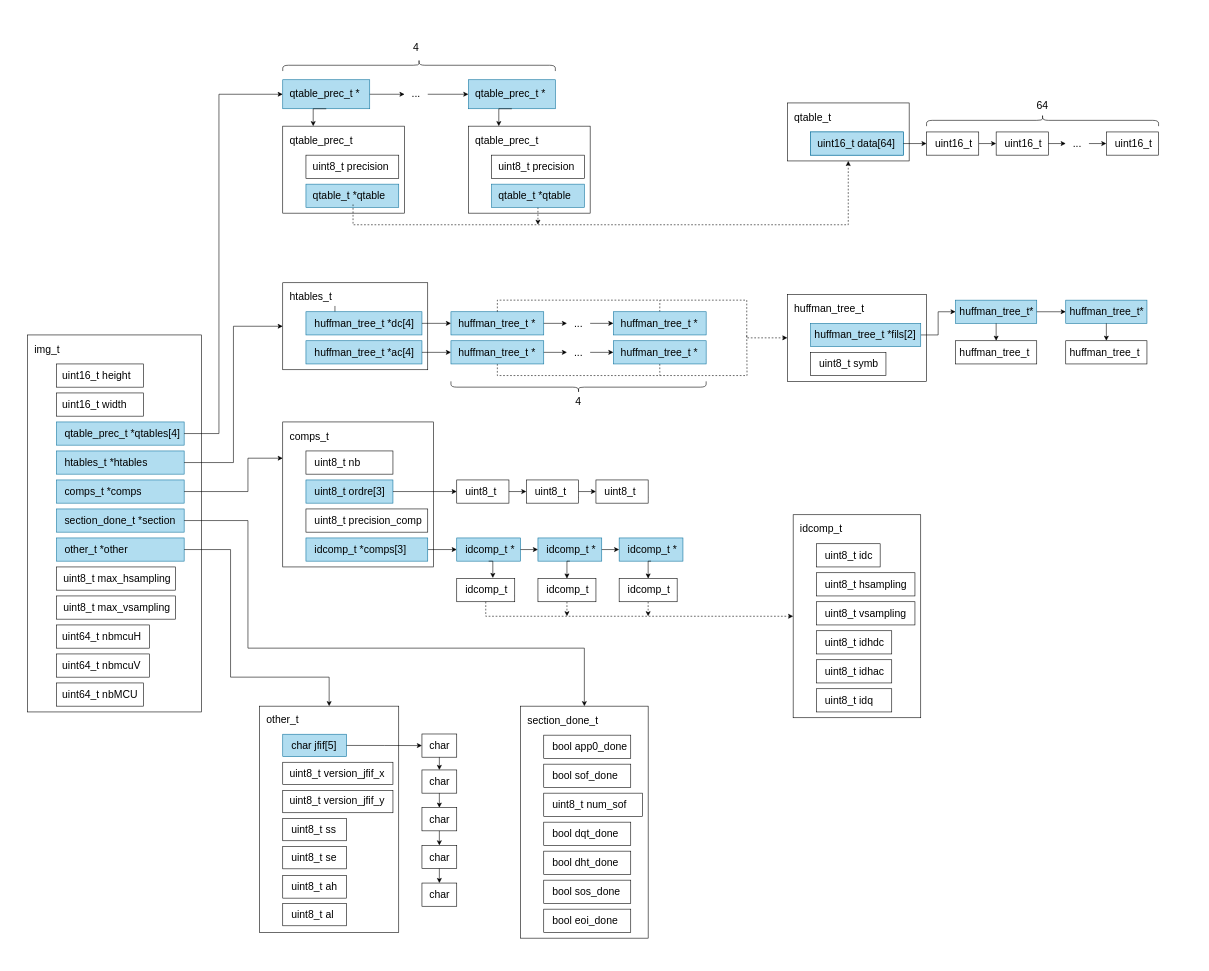
Earlier version of the draw.io diagram schemas/diagram_img.drawio (GabrielTessier/jpeg_decoder). Source tidied: cells renumbered, new cells numbered last; positions are measured from the earlier drawing's top-left corner, leaving out a move shared by most shapes. Both pictures are drawn from the tidied source at 58%, with x=0, y=0 at pixel (10, -71).
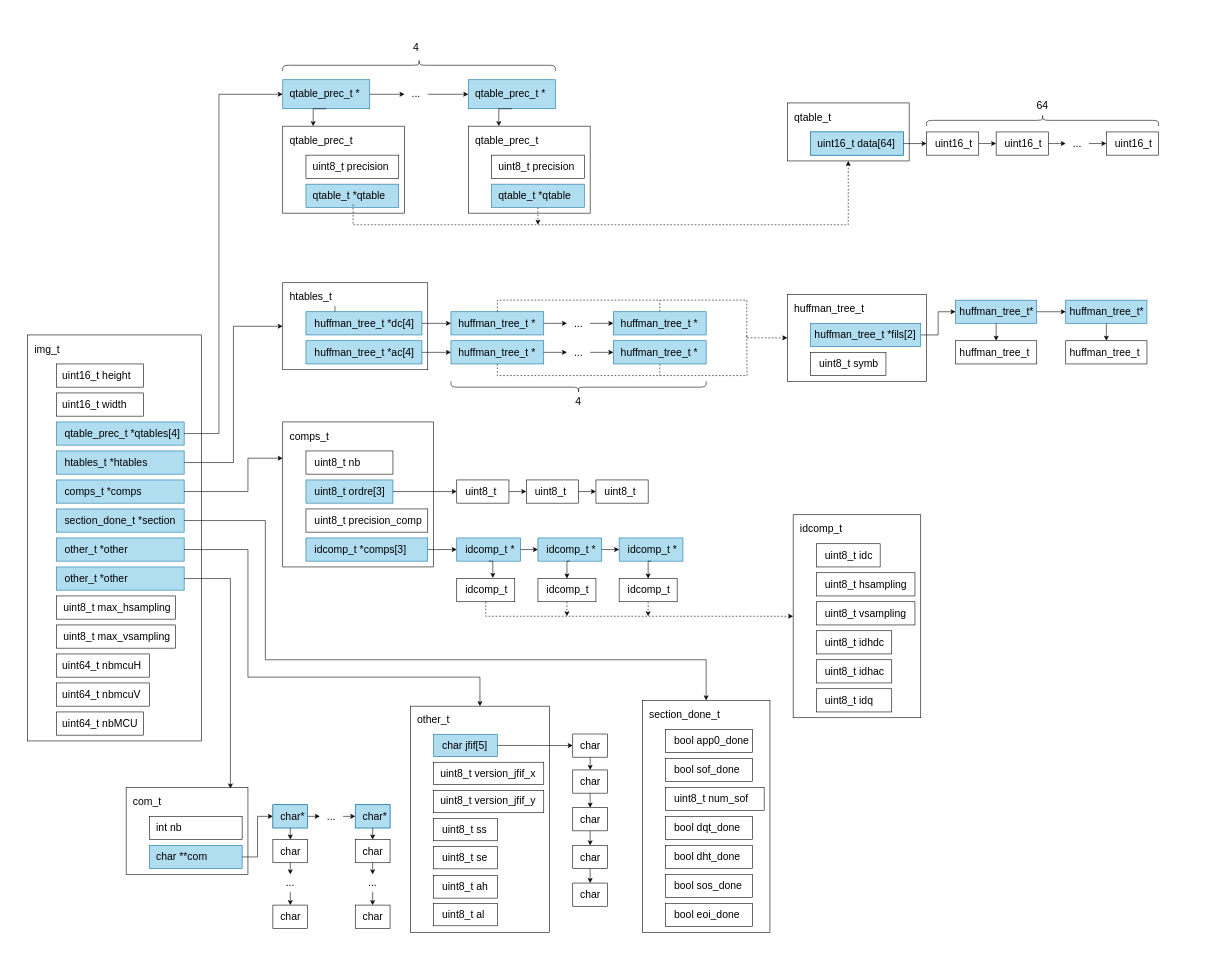
The same diagram, later.

Commit message (it also covers changes not shown here):
readme: correction schema img

The change refers to these unchanged cells:
```xml
<mxCell id="19" value="section_done_t *section" style="text;html=1;align=left;verticalAlign=middle;whiteSpace=wrap;rounded=0;fontSize=18;" parent="17" vertex="1">
  <mxGeometry x="11.6" y="5" width="208.4" height="30" as="geometry" />
</mxCell>
<mxCell id="22" value="other_t *other" style="text;html=1;align=left;verticalAlign=middle;whiteSpace=wrap;rounded=0;fontSize=18;" parent="20" vertex="1">
  <mxGeometry x="11.6" y="5" width="208.4" height="30" as="geometry" />
</mxCell>
<mxCell id="167" value="&lt;div align=&quot;left&quot;&gt;&lt;br&gt;&lt;/div&gt;" style="rounded=0;whiteSpace=wrap;html=1;" parent="166" vertex="1">
  <mxGeometry width="220" height="400" as="geometry" />
</mxCell>
<mxCell id="188" value="&lt;div align=&quot;left&quot;&gt;&lt;br&gt;&lt;/div&gt;" style="rounded=0;whiteSpace=wrap;html=1;" parent="187" vertex="1">
  <mxGeometry width="240" height="390" as="geometry" />
</mxCell>
```

The edit, as a diff of the source:
```diff
@@
     <mxCell id="4" value="&lt;div align=&quot;left&quot;&gt;&lt;br&gt;&lt;/div&gt;" style="rounded=0;whiteSpace=wrap;html=1;" parent="3" vertex="1">
-      <mxGeometry x="30" y="700" width="300" height="650" as="geometry" />
+      <mxGeometry x="30" y="700" width="300" height="700" as="geometry" />
     </mxCell>
@@
     <mxCell id="26" style="group;" parent="3" vertex="1">
-      <mxGeometry x="80" y="1100" width="205" height="40" as="geometry" />
+      <mxGeometry x="80" y="1150" width="205" height="40" as="geometry" />
     </mxCell>
@@
     <mxCell id="29" style="group;" parent="3" vertex="1">
-      <mxGeometry x="80" y="1150" width="205" height="40" as="geometry" />
+      <mxGeometry x="80" y="1200" width="330" height="60" as="geometry" />
     </mxCell>
@@
     <mxCell id="32" style="group;" parent="3" vertex="1">
-      <mxGeometry x="80" y="1200" width="160" height="40" as="geometry" />
+      <mxGeometry x="80" y="1250" width="160" height="40" as="geometry" />
     </mxCell>
@@
     <mxCell id="35" style="group;" parent="3" vertex="1">
-      <mxGeometry x="80" y="1250" width="160" height="40" as="geometry" />
+      <mxGeometry x="80" y="1300" width="160" height="40" as="geometry" />
     </mxCell>
@@
     <mxCell id="38" style="group;" parent="3" vertex="1">
-      <mxGeometry x="80" y="1300" width="150" height="40" as="geometry" />
+      <mxGeometry x="80" y="1350" width="150" height="40" as="geometry" />
     </mxCell>
@@
     <mxCell id="166" style="group;" parent="3" vertex="1">
-      <mxGeometry x="880" y="1340" width="220" height="400" as="geometry" />
+      <mxGeometry x="1090" y="1330" width="220" height="400" as="geometry" />
     </mxCell>
@@
     <mxCell id="187" style="group;" parent="3" vertex="1">
-      <mxGeometry x="430" y="1340" width="240" height="390" as="geometry" />
+      <mxGeometry x="690" y="1340" width="240" height="390" as="geometry" />
     </mxCell>
@@
-    <mxCell id="267" style="edgeStyle=orthogonalEdgeStyle;rounded=0;jettySize=auto;html=1;exitX=1;exitY=0.5;exitDx=0;exitDy=0;entryX=0.5;entryY=0;entryDx=0;entryDy=0;" parent="3" edge="1" source="22" target="188">
-      <mxGeometry relative="1" as="geometry">
-        <Array as="points">
-          <mxPoint x="380" y="1070" />
-          <mxPoint x="380" y="1290" />
-          <mxPoint x="550" y="1290" />
-        </Array>
-      </mxGeometry>
-    </mxCell>
     <mxCell id="268" style="edgeStyle=orthogonalEdgeStyle;rounded=0;jettySize=auto;html=1;exitX=1;exitY=0.5;exitDx=0;exitDy=0;entryX=0.5;entryY=0;entryDx=0;entryDy=0;" parent="3" edge="1" source="19" target="167">
       <mxGeometry relative="1" as="geometry">
         <Array as="points">
-          <mxPoint x="410" y="1020" />
-          <mxPoint x="410" y="1240" />
-          <mxPoint x="990" y="1240" />
+          <mxPoint x="440" y="1020" />
+          <mxPoint x="440" y="1260" />
+          <mxPoint x="1200" y="1260" />
         </Array>
       </mxGeometry>
     </mxCell>
@@
     <mxCell id="270" style="group;" parent="3" vertex="1">
-      <mxGeometry x="710" y="1388" width="60" height="40" as="geometry" />
+      <mxGeometry x="970" y="1388" width="60" height="40" as="geometry" />
     </mxCell>
@@
     <mxCell id="273" style="group;" parent="3" vertex="1">
-      <mxGeometry x="710" y="1450" width="60" height="40" as="geometry" />
+      <mxGeometry x="970" y="1450" width="60" height="40" as="geometry" />
     </mxCell>
@@
     <mxCell id="276" style="group;" parent="3" vertex="1">
-      <mxGeometry x="710" y="1515" width="60" height="40" as="geometry" />
+      <mxGeometry x="970" y="1515" width="60" height="40" as="geometry" />
     </mxCell>
@@
     <mxCell id="279" style="group;" parent="3" vertex="1">
-      <mxGeometry x="710" y="1645" width="60" height="40" as="geometry" />
+      <mxGeometry x="970" y="1645" width="60" height="40" as="geometry" />
     </mxCell>
@@
     <mxCell id="282" style="group;" parent="3" vertex="1">
-      <mxGeometry x="710" y="1580" width="60" height="40" as="geometry" />
+      <mxGeometry x="970" y="1580" width="60" height="40" as="geometry" />
     </mxCell>
@@
+    <mxCell id="290" style="group;" parent="3" vertex="1">
+      <mxGeometry x="80" y="1100" width="220" height="40" as="geometry" />
+    </mxCell>
+    <mxCell id="291" style="rounded=0;whiteSpace=wrap;html=1;fillColor=#b1ddf0;strokeColor=#10739e;" parent="290" vertex="1">
+      <mxGeometry width="220" height="40" as="geometry" />
+    </mxCell>
+    <mxCell id="292" value="other_t *other" style="text;html=1;align=left;verticalAlign=middle;whiteSpace=wrap;rounded=0;fontSize=18;" parent="290" vertex="1">
+      <mxGeometry x="11.6" y="5" width="208.4" height="30" as="geometry" />
+    </mxCell>
+    <mxCell id="293" style="group;" parent="3" vertex="1">
+      <mxGeometry x="200" y="1480" width="210" height="150" as="geometry" />
+    </mxCell>
+    <mxCell id="294" value="&lt;div align=&quot;left&quot;&gt;&lt;br&gt;&lt;/div&gt;" style="rounded=0;whiteSpace=wrap;html=1;" parent="293" vertex="1">
+      <mxGeometry width="210" height="150" as="geometry" />
+    </mxCell>
+    <mxCell id="295" value="com_t" style="text;html=1;align=left;verticalAlign=middle;whiteSpace=wrap;rounded=0;fontSize=18;" parent="293" vertex="1">
+      <mxGeometry x="10" y="10" width="160" height="30" as="geometry" />
+    </mxCell>
+    <mxCell id="296" style="group;" parent="293" vertex="1">
+      <mxGeometry x="40" y="50" width="160" height="40" as="geometry" />
+    </mxCell>
+    <mxCell id="297" style="rounded=0;whiteSpace=wrap;html=1;" parent="296" vertex="1">
+      <mxGeometry width="160" height="40" as="geometry" />
+    </mxCell>
+    <mxCell id="298" value="int nb" style="text;html=1;align=left;verticalAlign=middle;whiteSpace=wrap;rounded=0;fontSize=18;" parent="296" vertex="1">
+      <mxGeometry x="10" y="5" width="142.4" height="30" as="geometry" />
+    </mxCell>
+    <mxCell id="299" style="group;" parent="293" vertex="1">
+      <mxGeometry x="40" y="100" width="160" height="40" as="geometry" />
+    </mxCell>
+    <mxCell id="300" style="rounded=0;whiteSpace=wrap;html=1;fillColor=#b1ddf0;strokeColor=#10739e;" parent="299" vertex="1">
+      <mxGeometry width="160" height="40" as="geometry" />
+    </mxCell>
+    <mxCell id="301" value="char **com" style="text;html=1;align=left;verticalAlign=middle;whiteSpace=wrap;rounded=0;fontSize=18;" parent="299" vertex="1">
+      <mxGeometry x="10" y="5" width="142.4" height="30" as="geometry" />
+    </mxCell>
+    <mxCell id="302" style="group;" parent="3" vertex="1">
+      <mxGeometry x="453" y="1570" width="60" height="40" as="geometry" />
+    </mxCell>
+    <mxCell id="303" style="rounded=0;whiteSpace=wrap;html=1;" parent="302" vertex="1">
+      <mxGeometry width="60" height="40" as="geometry" />
+    </mxCell>
+    <mxCell id="304" value="char" style="text;html=1;align=left;verticalAlign=middle;whiteSpace=wrap;rounded=0;fontSize=18;" parent="302" vertex="1">
+      <mxGeometry x="10.9" y="6" width="37.1" height="30" as="geometry" />
+    </mxCell>
+    <mxCell id="305" style="group;" parent="3" vertex="1">
+      <mxGeometry x="453" y="1683" width="60" height="40" as="geometry" />
+    </mxCell>
+    <mxCell id="306" style="rounded=0;whiteSpace=wrap;html=1;" parent="305" vertex="1">
+      <mxGeometry width="60" height="40" as="geometry" />
+    </mxCell>
+    <mxCell id="307" value="char" style="text;html=1;align=left;verticalAlign=middle;whiteSpace=wrap;rounded=0;fontSize=18;" parent="305" vertex="1">
+      <mxGeometry x="10.9" y="6" width="37.1" height="30" as="geometry" />
+    </mxCell>
+    <mxCell id="308" style="edgeStyle=orthogonalEdgeStyle;rounded=0;jettySize=auto;html=1;exitX=0.5;exitY=1;exitDx=0;exitDy=0;entryX=0.5;entryY=0;entryDx=0;entryDy=0;" parent="3" edge="1" source="303" target="310">
+      <mxGeometry relative="1" as="geometry" />
+    </mxCell>
+    <mxCell id="309" style="edgeStyle=orthogonalEdgeStyle;rounded=0;jettySize=auto;html=1;exitX=0.5;exitY=1;exitDx=0;exitDy=0;entryX=0.5;entryY=0;entryDx=0;entryDy=0;" parent="3" edge="1" source="310" target="306">
+      <mxGeometry relative="1" as="geometry" />
+    </mxCell>
+    <mxCell id="310" value="&lt;div&gt;...&lt;/div&gt;" style="text;html=1;align=center;verticalAlign=middle;whiteSpace=wrap;rounded=0;fontSize=18;" parent="3" vertex="1">
+      <mxGeometry x="463" y="1630" width="40" height="30" as="geometry" />
+    </mxCell>
+    <mxCell id="311" style="group;fillColor=#b1ddf0;strokeColor=#10739e;" parent="3" vertex="1">
+      <mxGeometry x="453" y="1510" width="60" height="40" as="geometry" />
+    </mxCell>
+    <mxCell id="312" style="rounded=0;whiteSpace=wrap;html=1;fillColor=#b1ddf0;strokeColor=#10739e;" parent="311" vertex="1">
+      <mxGeometry width="60" height="40" as="geometry" />
+    </mxCell>
+    <mxCell id="313" value="char*" style="text;html=1;align=left;verticalAlign=middle;whiteSpace=wrap;rounded=0;fontSize=18;" parent="311" vertex="1">
+      <mxGeometry x="10.9" y="6" width="37.1" height="30" as="geometry" />
+    </mxCell>
+    <mxCell id="314" style="edgeStyle=orthogonalEdgeStyle;rounded=0;jettySize=auto;html=1;exitX=0.5;exitY=1;exitDx=0;exitDy=0;entryX=0.5;entryY=0;entryDx=0;entryDy=0;" parent="3" edge="1" source="312" target="303">
+      <mxGeometry relative="1" as="geometry" />
+    </mxCell>
+    <mxCell id="315" style="group;" parent="3" vertex="1">
+      <mxGeometry x="595" y="1570" width="60" height="40" as="geometry" />
+    </mxCell>
+    <mxCell id="316" style="rounded=0;whiteSpace=wrap;html=1;" parent="315" vertex="1">
+      <mxGeometry width="60" height="40" as="geometry" />
+    </mxCell>
+    <mxCell id="317" value="char" style="text;html=1;align=left;verticalAlign=middle;whiteSpace=wrap;rounded=0;fontSize=18;" parent="315" vertex="1">
+      <mxGeometry x="10.9" y="6" width="37.1" height="30" as="geometry" />
+    </mxCell>
+    <mxCell id="318" style="group;" parent="3" vertex="1">
+      <mxGeometry x="595" y="1683" width="60" height="40" as="geometry" />
+    </mxCell>
+    <mxCell id="319" style="rounded=0;whiteSpace=wrap;html=1;" parent="318" vertex="1">
+      <mxGeometry width="60" height="40" as="geometry" />
+    </mxCell>
+    <mxCell id="320" value="char" style="text;html=1;align=left;verticalAlign=middle;whiteSpace=wrap;rounded=0;fontSize=18;" parent="318" vertex="1">
+      <mxGeometry x="10.9" y="6" width="37.1" height="30" as="geometry" />
+    </mxCell>
+    <mxCell id="321" style="edgeStyle=orthogonalEdgeStyle;rounded=0;jettySize=auto;html=1;exitX=0.5;exitY=1;exitDx=0;exitDy=0;entryX=0.5;entryY=0;entryDx=0;entryDy=0;" parent="3" edge="1" source="316" target="323">
+      <mxGeometry relative="1" as="geometry" />
+    </mxCell>
+    <mxCell id="322" style="edgeStyle=orthogonalEdgeStyle;rounded=0;jettySize=auto;html=1;exitX=0.5;exitY=1;exitDx=0;exitDy=0;entryX=0.5;entryY=0;entryDx=0;entryDy=0;" parent="3" edge="1" source="323" target="319">
+      <mxGeometry relative="1" as="geometry" />
+    </mxCell>
+    <mxCell id="323" value="&lt;div&gt;...&lt;/div&gt;" style="text;html=1;align=center;verticalAlign=middle;whiteSpace=wrap;rounded=0;fontSize=18;" parent="3" vertex="1">
+      <mxGeometry x="605" y="1630" width="40" height="30" as="geometry" />
+    </mxCell>
+    <mxCell id="324" style="group;fillColor=#b1ddf0;strokeColor=#10739e;" parent="3" vertex="1">
+      <mxGeometry x="595" y="1510" width="60" height="40" as="geometry" />
+    </mxCell>
+    <mxCell id="325" style="rounded=0;whiteSpace=wrap;html=1;fillColor=#b1ddf0;strokeColor=#10739e;" parent="324" vertex="1">
+      <mxGeometry width="60" height="40" as="geometry" />
+    </mxCell>
+    <mxCell id="326" value="char*" style="text;html=1;align=left;verticalAlign=middle;whiteSpace=wrap;rounded=0;fontSize=18;" parent="324" vertex="1">
+      <mxGeometry x="10.9" y="6" width="37.1" height="30" as="geometry" />
+    </mxCell>
+    <mxCell id="327" style="edgeStyle=orthogonalEdgeStyle;rounded=0;jettySize=auto;html=1;exitX=0.5;exitY=1;exitDx=0;exitDy=0;entryX=0.5;entryY=0;entryDx=0;entryDy=0;" parent="3" edge="1" source="325" target="316">
+      <mxGeometry relative="1" as="geometry" />
+    </mxCell>
+    <mxCell id="328" style="edgeStyle=orthogonalEdgeStyle;rounded=0;jettySize=auto;html=1;exitX=1;exitY=0.5;exitDx=0;exitDy=0;entryX=0;entryY=0.5;entryDx=0;entryDy=0;" parent="3" edge="1" source="329" target="325">
+      <mxGeometry relative="1" as="geometry" />
+    </mxCell>
+    <mxCell id="329" value="&lt;div&gt;...&lt;/div&gt;" style="text;html=1;align=center;verticalAlign=middle;whiteSpace=wrap;rounded=0;fontSize=18;" parent="3" vertex="1">
+      <mxGeometry x="534" y="1515" width="40" height="30" as="geometry" />
+    </mxCell>
+    <mxCell id="330" style="edgeStyle=orthogonalEdgeStyle;rounded=0;jettySize=auto;html=1;exitX=1;exitY=0.5;exitDx=0;exitDy=0;entryX=0;entryY=0.5;entryDx=0;entryDy=0;" parent="3" edge="1" source="312" target="329">
+      <mxGeometry relative="1" as="geometry" />
+    </mxCell>
+    <mxCell id="331" style="edgeStyle=orthogonalEdgeStyle;rounded=0;jettySize=auto;html=1;exitX=1;exitY=0.5;exitDx=0;exitDy=0;entryX=0;entryY=0.5;entryDx=0;entryDy=0;" parent="3" edge="1" source="300" target="312">
+      <mxGeometry relative="1" as="geometry" />
+    </mxCell>
+    <mxCell id="332" style="edgeStyle=orthogonalEdgeStyle;rounded=0;jettySize=auto;html=1;exitX=1;exitY=0.5;exitDx=0;exitDy=0;entryX=0.856;entryY=0.013;entryDx=0;entryDy=0;entryPerimeter=0;" parent="3" edge="1" source="292" target="294">
+      <mxGeometry relative="1" as="geometry" />
+    </mxCell>
+    <mxCell id="267" style="edgeStyle=orthogonalEdgeStyle;rounded=0;jettySize=auto;html=1;exitX=1;exitY=0.5;exitDx=0;exitDy=0;entryX=0.5;entryY=0;entryDx=0;entryDy=0;" parent="3" edge="1" source="22" target="188">
+      <mxGeometry relative="1" as="geometry">
+        <Array as="points">
+          <mxPoint x="410" y="1070" />
+          <mxPoint x="410" y="1290" />
+          <mxPoint x="810" y="1290" />
+        </Array>
+      </mxGeometry>
+    </mxCell>
```
